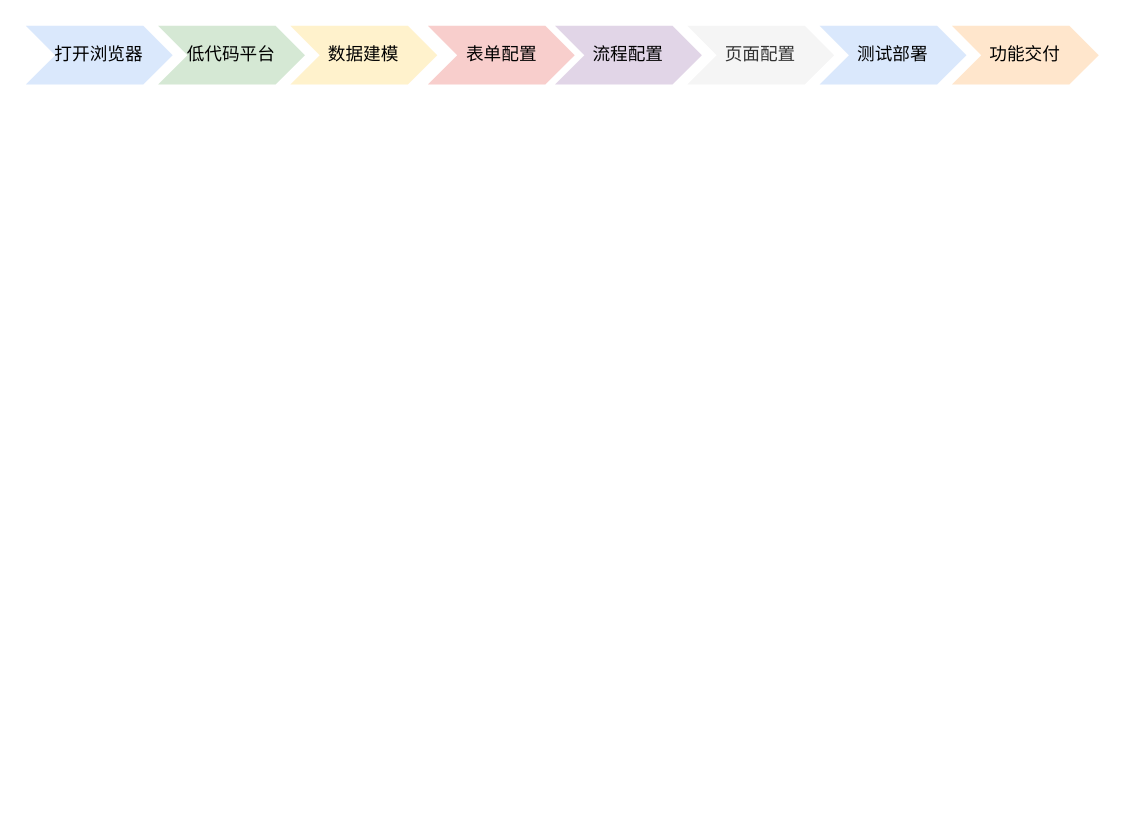
This is 低——研究内容——平台赋能项目开发——微应用模式.drawio from tangyaosimida/love, a draw.io file, before an edit. Source tidied: cells renumbered, new cells numbered last; positions are measured from the earlier drawing's top-left corner, leaving out a move shared by most shapes. Both pictures are drawn from the tidied source at 147%, with x=0, y=0 at pixel (25, 25).
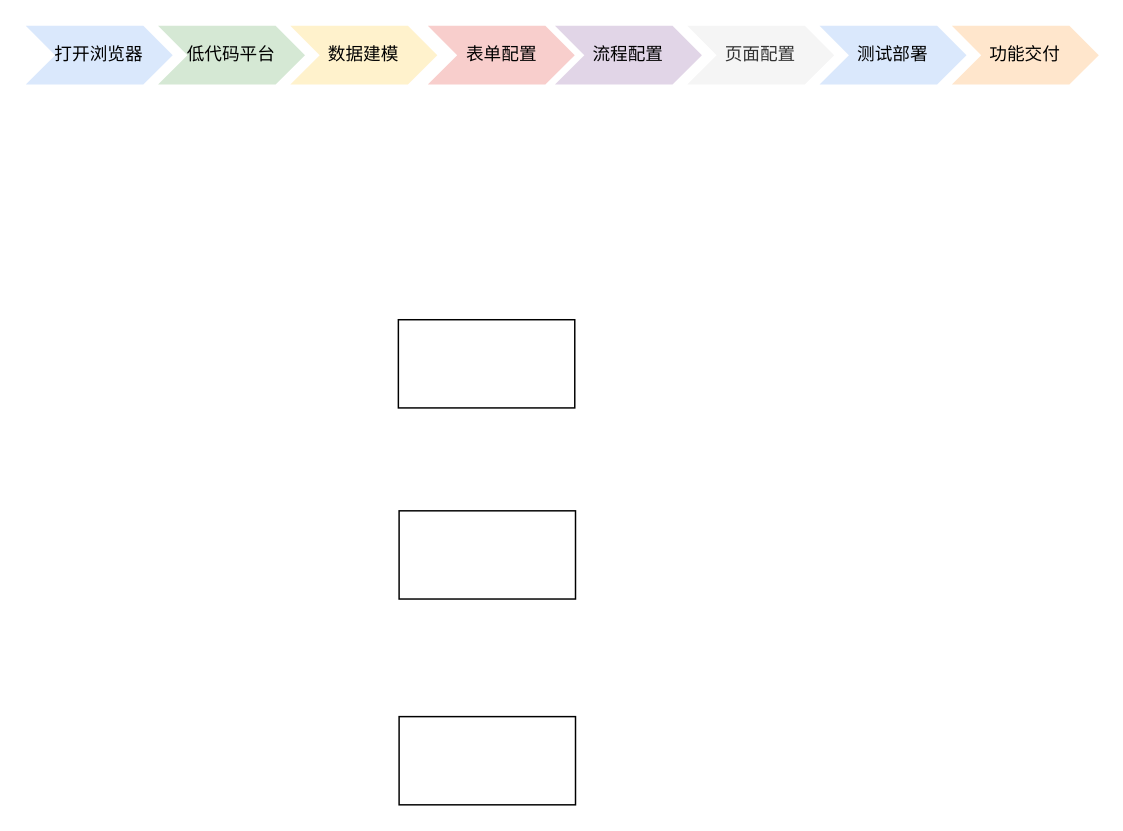
The same page after the edit.

Commit message (it also covers changes not shown here):
更新低——研究内容——平台赋能项目开发——微应用模式.drawio

Diff of the diagram source:
```diff
@@
 <mxGraphModel>
   <root>
     <mxCell id="0" />
     <mxCell id="1" parent="0" />
     <mxCell id="2" value="打开浏览器" style="shape=step;perimeter=stepPerimeter;whiteSpace=wrap;html=1;fixedSize=1;fillColor=#dae8fc;strokeColor=none;" parent="1" vertex="1">
       <mxGeometry width="100" height="40" as="geometry" />
     </mxCell>
     <mxCell id="3" value="低代码平台" style="shape=step;perimeter=stepPerimeter;whiteSpace=wrap;html=1;fixedSize=1;fillColor=#d5e8d4;strokeColor=none;" parent="1" vertex="1">
       <mxGeometry x="90" width="100" height="40" as="geometry" />
     </mxCell>
     <mxCell id="4" value="数据建模" style="shape=step;perimeter=stepPerimeter;whiteSpace=wrap;html=1;fixedSize=1;fillColor=#fff2cc;strokeColor=none;" parent="1" vertex="1">
       <mxGeometry x="180" width="100" height="40" as="geometry" />
     </mxCell>
     <mxCell id="5" value="表单配置" style="shape=step;perimeter=stepPerimeter;whiteSpace=wrap;html=1;fixedSize=1;fillColor=#f8cecc;strokeColor=none;" parent="1" vertex="1">
       <mxGeometry x="273.5" width="100" height="40" as="geometry" />
     </mxCell>
     <mxCell id="6" value="流程配置" style="shape=step;perimeter=stepPerimeter;whiteSpace=wrap;html=1;fixedSize=1;fillColor=#e1d5e7;strokeColor=none;" parent="1" vertex="1">
       <mxGeometry x="360" width="100" height="40" as="geometry" />
     </mxCell>
     <mxCell id="7" value="页面配置" style="shape=step;perimeter=stepPerimeter;whiteSpace=wrap;html=1;fixedSize=1;strokeColor=none;fillColor=#f5f5f5;fontColor=#333333;" parent="1" vertex="1">
       <mxGeometry x="450" width="100" height="40" as="geometry" />
     </mxCell>
     <mxCell id="8" value="测试部署" style="shape=step;perimeter=stepPerimeter;whiteSpace=wrap;html=1;fixedSize=1;fillColor=#dae8fc;strokeColor=none;" parent="1" vertex="1">
       <mxGeometry x="540" width="100" height="40" as="geometry" />
     </mxCell>
     <mxCell id="9" value="功能交付" style="shape=step;perimeter=stepPerimeter;whiteSpace=wrap;html=1;fixedSize=1;fillColor=#ffe6cc;strokeColor=none;" parent="1" vertex="1">
       <mxGeometry x="630" width="100" height="40" as="geometry" />
     </mxCell>
+    <mxCell id="10" style="rounded=0;whiteSpace=wrap;html=1;" parent="1" vertex="1">
+      <mxGeometry x="253.5" y="200" width="120" height="60" as="geometry" />
+    </mxCell>
+    <mxCell id="11" style="rounded=0;whiteSpace=wrap;html=1;" parent="1" vertex="1">
+      <mxGeometry x="254" y="330" width="120" height="60" as="geometry" />
+    </mxCell>
+    <mxCell id="12" style="rounded=0;whiteSpace=wrap;html=1;" parent="1" vertex="1">
+      <mxGeometry x="254" y="470" width="120" height="60" as="geometry" />
+    </mxCell>
   </root>
 </mxGraphModel>
```
